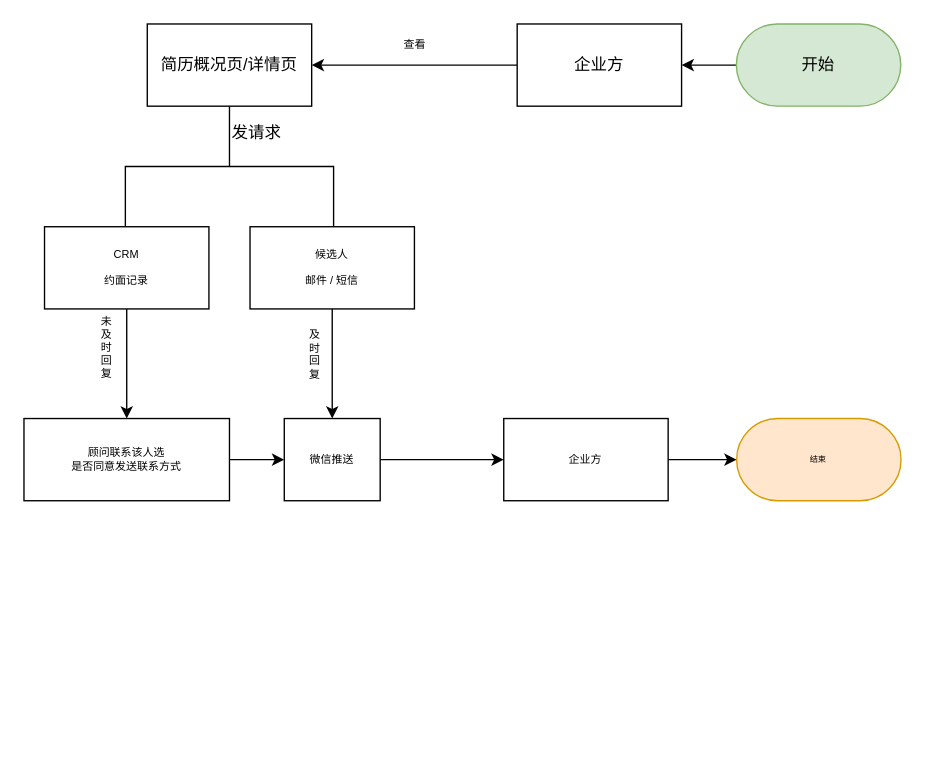
Earlier version of the draw.io diagram CRM+小程序，乐职优选交换联系方式的工作流程.drawio (SuJack/www.draw.io). Source tidied: cells renumbered, new cells numbered last; positions are measured from the earlier drawing's top-left corner, leaving out a move shared by most shapes. Both pictures are drawn from the tidied source at 137%, with x=0, y=0 at pixel (23, 23).
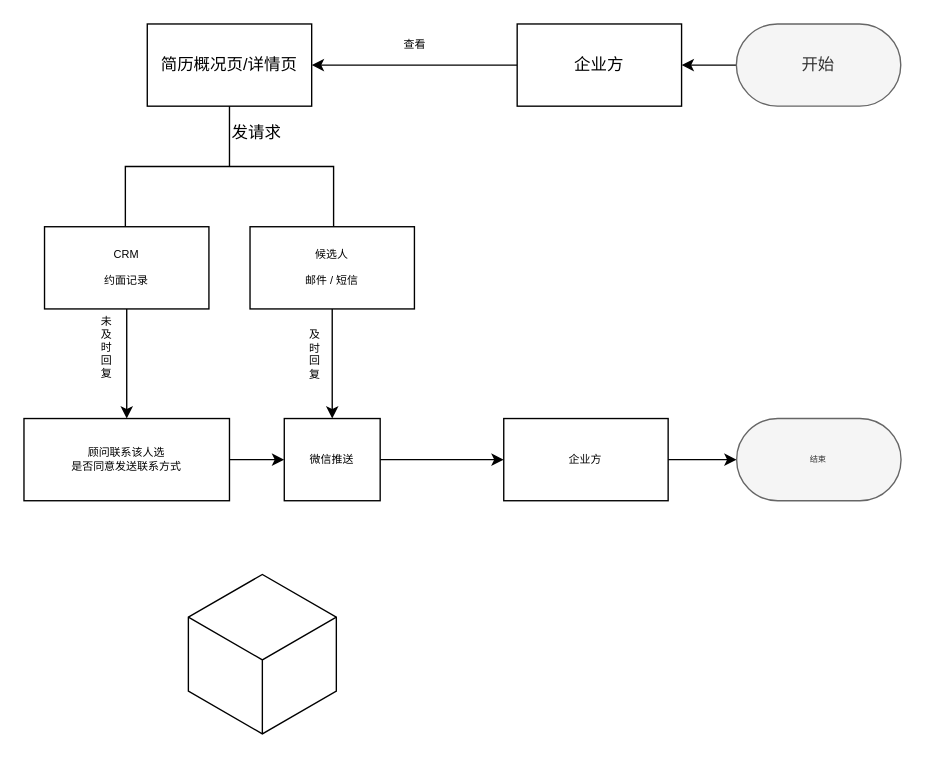
After the change.

Commit message:
更新CRM+小程序，乐职优选交换联系方式的工作流程.drawio

The edit, as a diff of the source:
```diff
@@
-    <mxCell id="3" value="开始" style="rounded=1;whiteSpace=wrap;html=1;arcSize=50;fillColor=#d5e8d4;strokeColor=#82b366;" parent="1" vertex="1">
+    <mxCell id="3" value="开始" style="rounded=1;whiteSpace=wrap;html=1;arcSize=50;fillColor=#f5f5f5;strokeColor=#666666;fontColor=#333333;" parent="1" vertex="1">
       <mxGeometry x="520" width="120" height="60" as="geometry" />
     </mxCell>
@@
-    <mxCell id="22" value="结束" style="rounded=1;whiteSpace=wrap;html=1;strokeWidth=1;fillColor=#ffe6cc;fontSize=6;align=center;arcSize=50;strokeColor=#d79b00;" parent="1" vertex="1">
+    <mxCell id="22" value="结束" style="rounded=1;whiteSpace=wrap;html=1;strokeWidth=1;fontSize=6;align=center;arcSize=50;fillColor=#f5f5f5;strokeColor=#666666;fontColor=#333333;" parent="1" vertex="1">
       <mxGeometry x="520.2" y="288" width="120" height="60" as="geometry" />
     </mxCell>
+    <mxCell id="23" style="html=1;whiteSpace=wrap;shape=isoCube;backgroundOutline=1;" parent="1" vertex="1">
+      <mxGeometry x="120" y="400" width="108" height="120" as="geometry" />
+    </mxCell>
```
